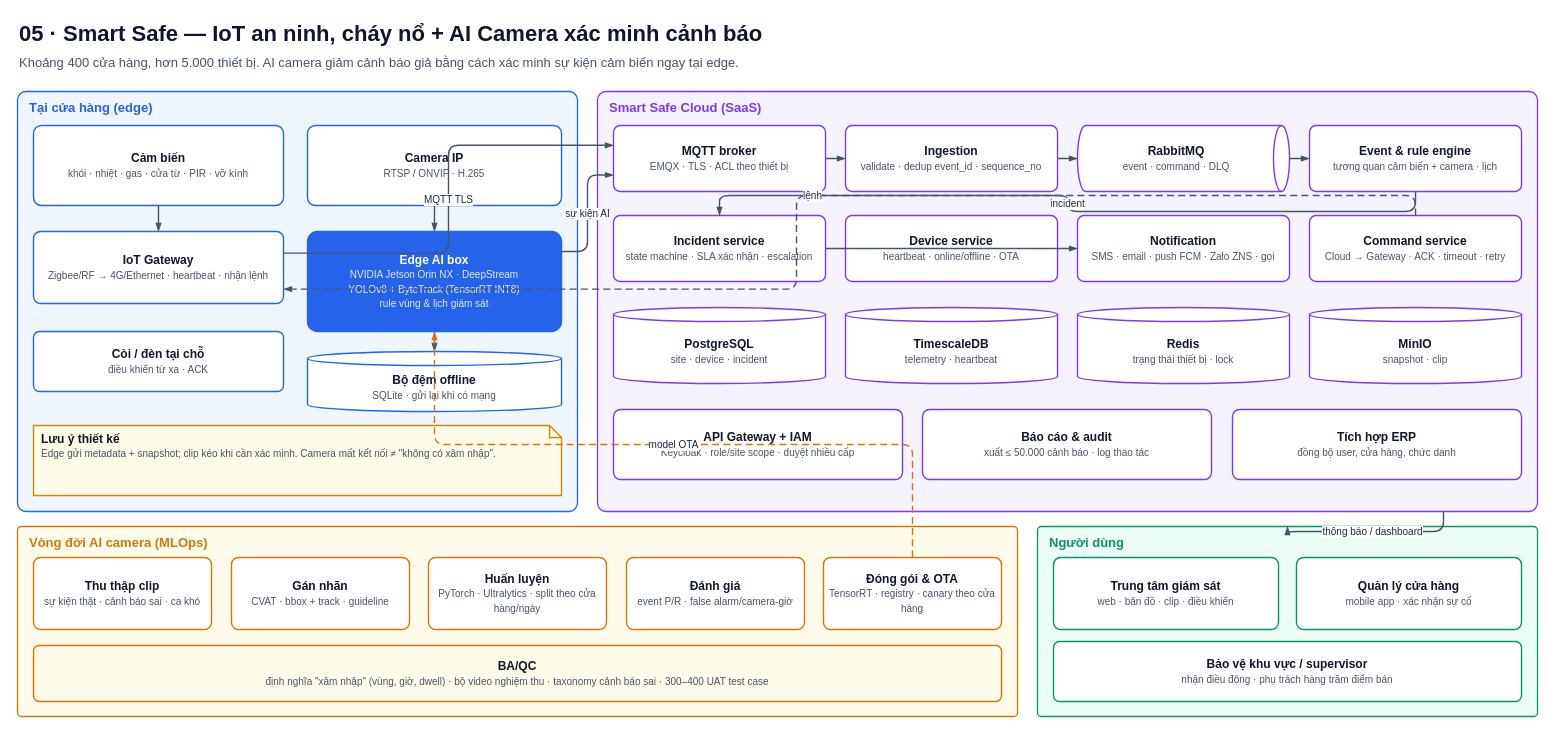
Darin19/ducnk-interview keeps this draw.io diagram as page "1. Edge–cloud & AI camera" (1 of 2) of Claude ouput/Sơ đồ kiến trúc/05-smart-safe-ai-camera.drawio. Above is the earlier version. Source tidied: cells renumbered, new cells numbered last; positions are measured from the earlier drawing's top-left corner, leaving out a move shared by most shapes. Both pictures are drawn from the tidied source at 100%, with x=0, y=0 at pixel (17, 17).
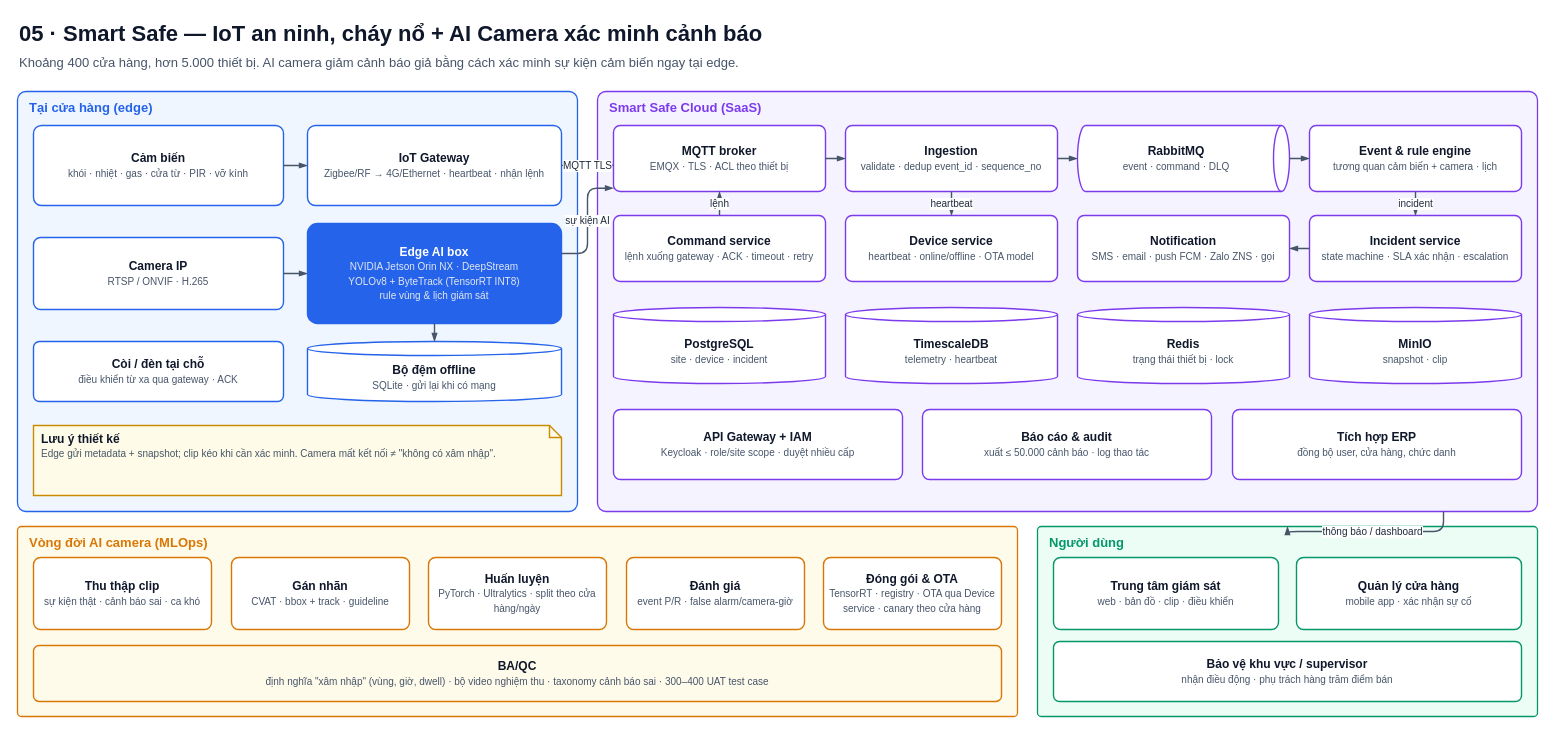
The same page after the edit.

The change refers to these unchanged cells:
```xml
<mxCell id="4" value="Tại cửa hàng (edge)" style="rounded=1;arcSize=2;whiteSpace=wrap;html=1;fillColor=#EFF6FF;strokeColor=#2563EB;verticalAlign=top;align=left;spacingLeft=10;spacingTop=2;fontStyle=1;fontSize=13;fontColor=#2563EB;strokeWidth=1.3;" parent="1" vertex="1">
  <mxGeometry y="74" width="560" height="420" as="geometry" />
</mxCell>
<mxCell id="12" value="Smart Safe Cloud (SaaS)" style="rounded=1;arcSize=2;whiteSpace=wrap;html=1;fillColor=#F5F3FF;strokeColor=#7C3AED;verticalAlign=top;align=left;spacingLeft=10;spacingTop=2;fontStyle=1;fontSize=13;fontColor=#7C3AED;strokeWidth=1.3;" parent="1" vertex="1">
  <mxGeometry x="580" y="74" width="940" height="420" as="geometry" />
</mxCell>
<mxCell id="13" value="&lt;b style=&quot;font-size:12px;&quot;&gt;MQTT broker&lt;/b&gt;&lt;br&gt;&lt;span style=&quot;font-size:10px;color:#475569;&quot;&gt;EMQX · TLS · ACL theo thiết bị&lt;/span&gt;" style="rounded=1;arcSize=10;fillColor=#FFFFFF;strokeColor=#7C3AED;whiteSpace=wrap;html=1;fontColor=#0F172A;strokeWidth=1.4;" parent="12" vertex="1">
  <mxGeometry x="16" y="34" width="212" height="66" as="geometry" />
</mxCell>
<mxCell id="14" value="&lt;b style=&quot;font-size:12px;&quot;&gt;Ingestion&lt;/b&gt;&lt;br&gt;&lt;span style=&quot;font-size:10px;color:#475569;&quot;&gt;validate · dedup event_id · sequence_no&lt;/span&gt;" style="rounded=1;arcSize=10;fillColor=#FFFFFF;strokeColor=#7C3AED;whiteSpace=wrap;html=1;fontColor=#0F172A;strokeWidth=1.4;" parent="12" vertex="1">
  <mxGeometry x="248" y="34" width="212" height="66" as="geometry" />
</mxCell>
<mxCell id="28" value="Vòng đời AI camera (MLOps)" style="rounded=1;arcSize=2;whiteSpace=wrap;html=1;fillColor=#FFFBEB;strokeColor=#D97706;verticalAlign=top;align=left;spacingLeft=10;spacingTop=2;fontStyle=1;fontSize=13;fontColor=#D97706;strokeWidth=1.3;" parent="1" vertex="1">
  <mxGeometry y="509" width="1000" height="190" as="geometry" />
</mxCell>
```

The edit, as a diff of the source:
```diff
@@
+    <mxCell id="8" value="&lt;b style=&quot;font-size:12px;&quot;&gt;Camera IP&lt;/b&gt;&lt;br&gt;&lt;span style=&quot;font-size:10px;color:#475569;&quot;&gt;RTSP / ONVIF · H.265&lt;/span&gt;" style="rounded=1;arcSize=10;fillColor=#FFFFFF;strokeColor=#2563EB;whiteSpace=wrap;html=1;fontColor=#0F172A;strokeWidth=1.4;" parent="4" vertex="1">
+      <mxGeometry x="16" y="146" width="250" height="72" as="geometry" />
+    </mxCell>
+    <mxCell id="7" value="&lt;b style=&quot;font-size:12px;&quot;&gt;Còi / đèn tại chỗ&lt;/b&gt;&lt;br&gt;&lt;span style=&quot;font-size:10px;color:#475569;&quot;&gt;điều khiển từ xa qua gateway · ACK&lt;/span&gt;" style="rounded=1;arcSize=10;fillColor=#FFFFFF;strokeColor=#2563EB;whiteSpace=wrap;html=1;fontColor=#0F172A;strokeWidth=1.4;" parent="4" vertex="1">
+      <mxGeometry x="16" y="250" width="250" height="60" as="geometry" />
+    </mxCell>
     <mxCell id="6" value="&lt;b style=&quot;font-size:12px;&quot;&gt;IoT Gateway&lt;/b&gt;&lt;br&gt;&lt;span style=&quot;font-size:10px;color:#475569;&quot;&gt;Zigbee/RF → 4G/Ethernet · heartbeat · nhận lệnh&lt;/span&gt;" style="rounded=1;arcSize=10;fillColor=#FFFFFF;strokeColor=#2563EB;whiteSpace=wrap;html=1;fontColor=#0F172A;strokeWidth=1.4;" parent="4" vertex="1">
-      <mxGeometry x="16" y="140" width="250" height="72" as="geometry" />
+      <mxGeometry x="290" y="34" width="254" height="80" as="geometry" />
     </mxCell>
-    <mxCell id="7" value="&lt;b style=&quot;font-size:12px;&quot;&gt;Còi / đèn tại chỗ&lt;/b&gt;&lt;br&gt;&lt;span style=&quot;font-size:10px;color:#475569;&quot;&gt;điều khiển từ xa · ACK&lt;/span&gt;" style="rounded=1;arcSize=10;fillColor=#FFFFFF;strokeColor=#2563EB;whiteSpace=wrap;html=1;fontColor=#0F172A;strokeWidth=1.4;" parent="4" vertex="1">
-      <mxGeometry x="16" y="240" width="250" height="60" as="geometry" />
-    </mxCell>
-    <mxCell id="8" value="&lt;b style=&quot;font-size:12px;&quot;&gt;Camera IP&lt;/b&gt;&lt;br&gt;&lt;span style=&quot;font-size:10px;color:#475569;&quot;&gt;RTSP / ONVIF · H.265&lt;/span&gt;" style="rounded=1;arcSize=10;fillColor=#FFFFFF;strokeColor=#2563EB;whiteSpace=wrap;html=1;fontColor=#0F172A;strokeWidth=1.4;" parent="4" vertex="1">
-      <mxGeometry x="290" y="34" width="254" height="80" as="geometry" />
-    </mxCell>
     <mxCell id="9" value="&lt;b style=&quot;font-size:12px;&quot;&gt;Edge AI box&lt;/b&gt;&lt;br&gt;&lt;span style=&quot;font-size:10px;color:#E2E8F0;&quot;&gt;NVIDIA Jetson Orin NX · DeepStream&lt;br&gt;YOLOv8 + ByteTrack (TensorRT INT8)&lt;br&gt;rule vùng &amp;amp; lịch giám sát&lt;/span&gt;" style="rounded=1;arcSize=10;fillColor=#2563EB;strokeColor=#2563EB;whiteSpace=wrap;html=1;fontColor=#0F172A;strokeWidth=1.4;fontColor=#FFFFFF;" parent="4" vertex="1">
-      <mxGeometry x="290" y="140" width="254" height="100" as="geometry" />
+      <mxGeometry x="290" y="132" width="254" height="100" as="geometry" />
     </mxCell>
     <mxCell id="10" value="&lt;b style=&quot;font-size:12px;&quot;&gt;Bộ đệm offline&lt;/b&gt;&lt;br&gt;&lt;span style=&quot;font-size:10px;color:#475569;&quot;&gt;SQLite · gửi lại khi có mạng&lt;/span&gt;" style="shape=cylinder3;boundedLbl=1;backgroundOutline=1;size=7;fillColor=#FFFFFF;strokeColor=#2563EB;whiteSpace=wrap;html=1;fontColor=#0F172A;strokeWidth=1.4;" parent="4" vertex="1">
-      <mxGeometry x="290" y="260" width="254" height="60" as="geometry" />
+      <mxGeometry x="290" y="250" width="254" height="60" as="geometry" />
     </mxCell>
@@
-    <mxCell id="17" value="&lt;b style=&quot;font-size:12px;&quot;&gt;Incident service&lt;/b&gt;&lt;br&gt;&lt;span style=&quot;font-size:10px;color:#475569;&quot;&gt;state machine · SLA xác nhận · escalation&lt;/span&gt;" style="rounded=1;arcSize=10;fillColor=#FFFFFF;strokeColor=#7C3AED;whiteSpace=wrap;html=1;fontColor=#0F172A;strokeWidth=1.4;" parent="12" vertex="1">
-      <mxGeometry x="16" y="124" width="212" height="66" as="geometry" />
-    </mxCell>
+    <mxCell id="20" value="&lt;b style=&quot;font-size:12px;&quot;&gt;Command service&lt;/b&gt;&lt;br&gt;&lt;span style=&quot;font-size:10px;color:#475569;&quot;&gt;lệnh xuống gateway · ACK · timeout · retry&lt;/span&gt;" style="rounded=1;arcSize=10;fillColor=#FFFFFF;strokeColor=#7C3AED;whiteSpace=wrap;html=1;fontColor=#0F172A;strokeWidth=1.4;" parent="12" vertex="1">
+      <mxGeometry x="16" y="124" width="212" height="66" as="geometry" />
+    </mxCell>
-    <mxCell id="18" value="&lt;b style=&quot;font-size:12px;&quot;&gt;Device service&lt;/b&gt;&lt;br&gt;&lt;span style=&quot;font-size:10px;color:#475569;&quot;&gt;heartbeat · online/offline · OTA&lt;/span&gt;" style="rounded=1;arcSize=10;fillColor=#FFFFFF;strokeColor=#7C3AED;whiteSpace=wrap;html=1;fontColor=#0F172A;strokeWidth=1.4;" parent="12" vertex="1">
+    <mxCell id="18" value="&lt;b style=&quot;font-size:12px;&quot;&gt;Device service&lt;/b&gt;&lt;br&gt;&lt;span style=&quot;font-size:10px;color:#475569;&quot;&gt;heartbeat · online/offline · OTA model&lt;/span&gt;" style="rounded=1;arcSize=10;fillColor=#FFFFFF;strokeColor=#7C3AED;whiteSpace=wrap;html=1;fontColor=#0F172A;strokeWidth=1.4;" parent="12" vertex="1">
       <mxGeometry x="248" y="124" width="212" height="66" as="geometry" />
     </mxCell>
@@
-    <mxCell id="20" value="&lt;b style=&quot;font-size:12px;&quot;&gt;Command service&lt;/b&gt;&lt;br&gt;&lt;span style=&quot;font-size:10px;color:#475569;&quot;&gt;Cloud → Gateway · ACK · timeout · retry&lt;/span&gt;" style="rounded=1;arcSize=10;fillColor=#FFFFFF;strokeColor=#7C3AED;whiteSpace=wrap;html=1;fontColor=#0F172A;strokeWidth=1.4;" parent="12" vertex="1">
-      <mxGeometry x="712" y="124" width="212" height="66" as="geometry" />
-    </mxCell>
+    <mxCell id="17" value="&lt;b style=&quot;font-size:12px;&quot;&gt;Incident service&lt;/b&gt;&lt;br&gt;&lt;span style=&quot;font-size:10px;color:#475569;&quot;&gt;state machine · SLA xác nhận · escalation&lt;/span&gt;" style="rounded=1;arcSize=10;fillColor=#FFFFFF;strokeColor=#7C3AED;whiteSpace=wrap;html=1;fontColor=#0F172A;strokeWidth=1.4;" parent="12" vertex="1">
+      <mxGeometry x="712" y="124" width="212" height="66" as="geometry" />
+    </mxCell>
@@
-    <mxCell id="33" value="&lt;b style=&quot;font-size:12px;&quot;&gt;Đóng gói &amp;amp; OTA&lt;/b&gt;&lt;br&gt;&lt;span style=&quot;font-size:10px;color:#475569;&quot;&gt;TensorRT · registry · canary theo cửa hàng&lt;/span&gt;" style="rounded=1;arcSize=10;fillColor=#FFFFFF;strokeColor=#D97706;whiteSpace=wrap;html=1;fontColor=#0F172A;strokeWidth=1.4;" parent="28" vertex="1">
+    <mxCell id="33" value="&lt;b style=&quot;font-size:12px;&quot;&gt;Đóng gói &amp;amp; OTA&lt;/b&gt;&lt;br&gt;&lt;span style=&quot;font-size:10px;color:#475569;&quot;&gt;TensorRT · registry · OTA qua Device service · canary theo cửa hàng&lt;/span&gt;" style="rounded=1;arcSize=10;fillColor=#FFFFFF;strokeColor=#D97706;whiteSpace=wrap;html=1;fontColor=#0F172A;strokeWidth=1.4;" parent="28" vertex="1">
       <mxGeometry x="806" y="31" width="178" height="72" as="geometry" />
     </mxCell>
@@
-    <mxCell id="46" value="MQTT TLS" style="edgeStyle=orthogonalEdgeStyle;rounded=1;jettySize=auto;html=1;strokeColor=#475569;strokeWidth=1.4;endArrow=blockThin;endFill=1;endSize=5;fontSize=10;fontColor=#1E293B;labelBackgroundColor=#FFFFFF;exitX=1;exitY=0.3;exitDx=0;exitDy=0;entryX=0;entryY=0.3;entryDx=0;entryDy=0;" parent="1" edge="1" source="6" target="13">
+    <mxCell id="46" value="MQTT TLS" style="edgeStyle=orthogonalEdgeStyle;rounded=1;jettySize=auto;html=1;strokeColor=#475569;strokeWidth=1.4;endArrow=blockThin;endFill=1;endSize=5;fontSize=10;fontColor=#1E293B;labelBackgroundColor=#FFFFFF;startArrow=blockThin;startFill=1;startSize=5;exitX=1;exitY=0.5;exitDx=0;exitDy=0;entryX=0;entryY=0.6;entryDx=0;entryDy=0;" parent="1" edge="1" source="6" target="13">
       <mxGeometry relative="1" as="geometry" />
     </mxCell>
-    <mxCell id="47" value="sự kiện AI" style="edgeStyle=orthogonalEdgeStyle;rounded=1;jettySize=auto;html=1;strokeColor=#475569;strokeWidth=1.4;endArrow=blockThin;endFill=1;endSize=5;fontSize=10;fontColor=#1E293B;labelBackgroundColor=#FFFFFF;exitX=1;exitY=0.2;exitDx=0;exitDy=0;entryX=0;entryY=0.75;entryDx=0;entryDy=0;" parent="1" edge="1" source="9" target="13">
+    <mxCell id="47" value="sự kiện AI" style="edgeStyle=orthogonalEdgeStyle;rounded=1;jettySize=auto;html=1;strokeColor=#475569;strokeWidth=1.4;endArrow=blockThin;endFill=1;endSize=5;fontSize=10;fontColor=#1E293B;labelBackgroundColor=#FFFFFF;exitX=1;exitY=0.3;exitDx=0;exitDy=0;entryX=0;entryY=0.95;entryDx=0;entryDy=0;" parent="1" edge="1" source="9" target="13">
       <mxGeometry relative="1" as="geometry" />
     </mxCell>
@@
+    <mxCell id="52" value="heartbeat" style="edgeStyle=orthogonalEdgeStyle;rounded=1;jettySize=auto;html=1;strokeColor=#475569;strokeWidth=1.4;endArrow=blockThin;endFill=1;endSize=5;fontSize=10;fontColor=#1E293B;labelBackgroundColor=#FFFFFF;exitX=0.5;exitY=1;exitDx=0;exitDy=0;entryX=0.5;entryY=0;entryDx=0;entryDy=0;" parent="1" edge="1" source="14" target="18">
+      <mxGeometry relative="1" as="geometry" />
+    </mxCell>
-    <mxCell id="49" value="lệnh" style="edgeStyle=orthogonalEdgeStyle;rounded=1;jettySize=auto;html=1;strokeColor=#475569;strokeWidth=1.4;endArrow=blockThin;endFill=1;endSize=5;fontSize=10;fontColor=#1E293B;labelBackgroundColor=#FFFFFF;dashed=1;dashPattern=5 3;exitX=0.5;exitY=0;exitDx=0;exitDy=0;entryX=1;entryY=0.8;entryDx=0;entryDy=0;" parent="1" edge="1" source="20" target="6">
+    <mxCell id="49" value="lệnh" style="edgeStyle=orthogonalEdgeStyle;rounded=1;jettySize=auto;html=1;strokeColor=#475569;strokeWidth=1.4;endArrow=blockThin;endFill=1;endSize=5;fontSize=10;fontColor=#1E293B;labelBackgroundColor=#FFFFFF;dashed=1;dashPattern=5 3;exitX=0.5;exitY=0;exitDx=0;exitDy=0;entryX=0.5;entryY=1;entryDx=0;entryDy=0;" parent="1" edge="1" source="20" target="13">
       <mxGeometry relative="1" as="geometry" />
     </mxCell>
-    <mxCell id="50" value="model OTA" style="edgeStyle=orthogonalEdgeStyle;rounded=1;jettySize=auto;html=1;strokeColor=#D97706;strokeWidth=1.4;endArrow=blockThin;endFill=1;endSize=5;fontSize=10;fontColor=#1E293B;labelBackgroundColor=#FFFFFF;dashed=1;dashPattern=5 3;exitX=0.5;exitY=0;exitDx=0;exitDy=0;entryX=0.5;entryY=1;entryDx=0;entryDy=0;" parent="1" edge="1" source="33" target="9">
-      <mxGeometry relative="1" as="geometry" />
-    </mxCell>
```
